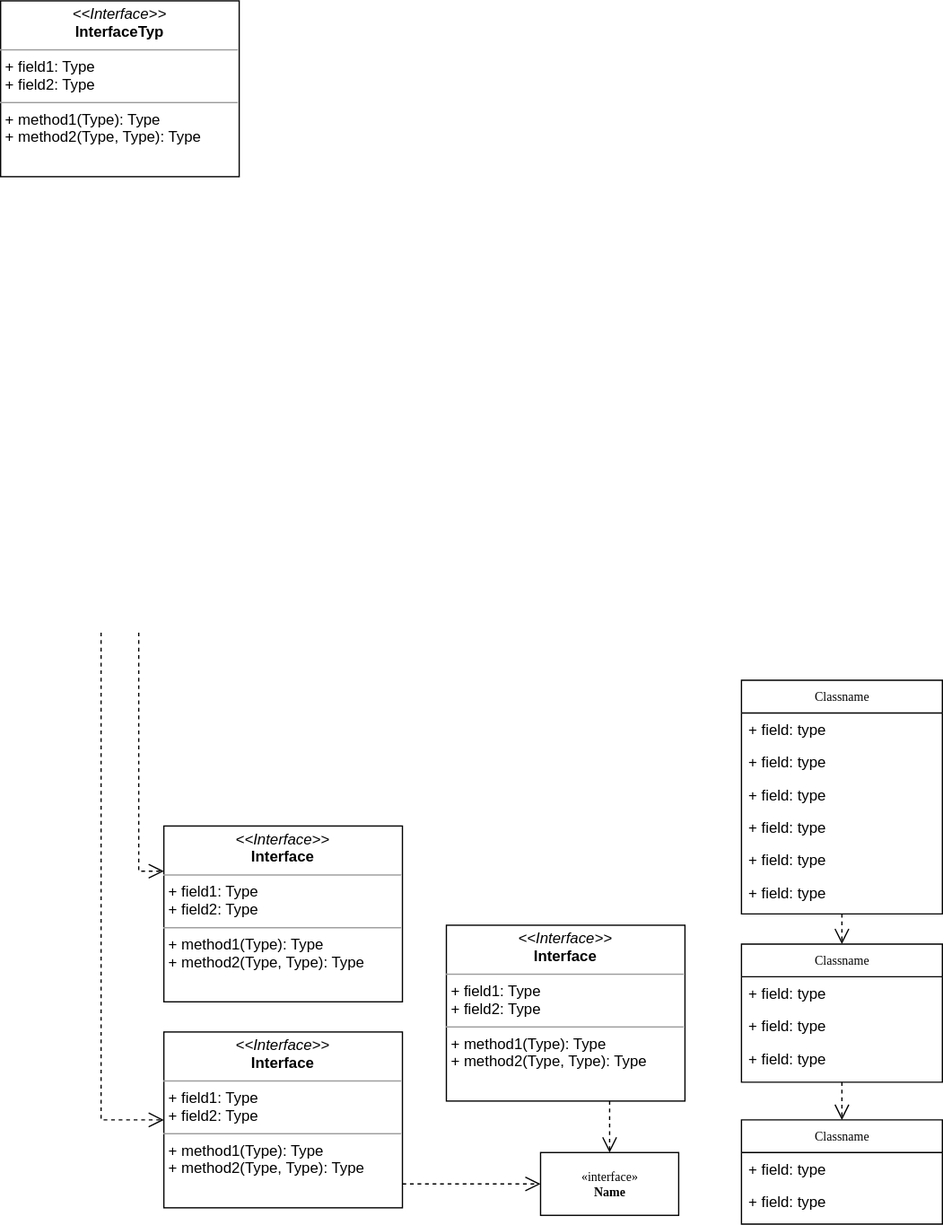
Above: Signalkarte.drawio.svg in kk-ari/drawio (draw.io), before the change. Source tidied: cells renumbered, new cells last; positions are measured from the earlier drawing's top-left corner, leaving out a move shared by most shapes.
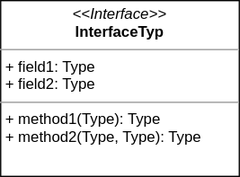
After the change.

The edit, as a diff of the source:
```diff
@@ -2,100 +2,8 @@
   <root>
     <mxCell id="0" />
     <mxCell id="1" parent="0" />
-    <mxCell id="2" style="edgeStyle=orthogonalEdgeStyle;rounded=0;html=1;dashed=1;labelBackgroundColor=none;startFill=0;endArrow=open;endFill=0;endSize=10;fontFamily=Verdana;fontSize=10;" parent="1" edge="1" source="3" target="14">
-      <mxGeometry relative="1" as="geometry" />
-    </mxCell>
-    <mxCell id="3" value="Classname" style="swimlane;html=1;fontStyle=0;horizontal=1;startSize=26;fillColor=none;swimlaneFillColor=#ffffff;rounded=0;shadow=0;comic=0;labelBackgroundColor=none;strokeWidth=1;fontFamily=Verdana;fontSize=10;align=center;" parent="1" vertex="1">
-      <mxGeometry x="590" y="541" width="160" height="186" as="geometry" />
-    </mxCell>
-    <mxCell id="4" value="+ field: type" style="text;html=1;strokeColor=none;fillColor=none;align=left;verticalAlign=top;spacingLeft=4;spacingRight=4;whiteSpace=wrap;overflow=hidden;" parent="3" vertex="1">
-      <mxGeometry y="26" width="160" height="26" as="geometry" />
-    </mxCell>
-    <mxCell id="5" value="+ field: type" style="text;html=1;strokeColor=none;fillColor=none;align=left;verticalAlign=top;spacingLeft=4;spacingRight=4;whiteSpace=wrap;overflow=hidden;" parent="3" vertex="1">
-      <mxGeometry y="52" width="160" height="26" as="geometry" />
-    </mxCell>
-    <mxCell id="6" value="+ field: type" style="text;html=1;strokeColor=none;fillColor=none;align=left;verticalAlign=top;spacingLeft=4;spacingRight=4;whiteSpace=wrap;overflow=hidden;" parent="3" vertex="1">
-      <mxGeometry y="78" width="160" height="26" as="geometry" />
-    </mxCell>
-    <mxCell id="7" value="+ field: type" style="text;html=1;strokeColor=none;fillColor=none;align=left;verticalAlign=top;spacingLeft=4;spacingRight=4;whiteSpace=wrap;overflow=hidden;" parent="3" vertex="1">
-      <mxGeometry y="104" width="160" height="26" as="geometry" />
-    </mxCell>
-    <mxCell id="8" value="+ field: type" style="text;html=1;strokeColor=none;fillColor=none;align=left;verticalAlign=top;spacingLeft=4;spacingRight=4;whiteSpace=wrap;overflow=hidden;" parent="3" vertex="1">
-      <mxGeometry y="130" width="160" height="26" as="geometry" />
-    </mxCell>
-    <mxCell id="9" value="+ field: type" style="text;html=1;strokeColor=none;fillColor=none;align=left;verticalAlign=top;spacingLeft=4;spacingRight=4;whiteSpace=wrap;overflow=hidden;" parent="3" vertex="1">
-      <mxGeometry y="156" width="160" height="26" as="geometry" />
-    </mxCell>
-    <mxCell id="10" value="Classname" style="swimlane;html=1;fontStyle=0;horizontal=1;startSize=26;fillColor=none;swimlaneFillColor=#ffffff;rounded=0;shadow=0;comic=0;labelBackgroundColor=none;strokeWidth=1;fontFamily=Verdana;fontSize=10;align=center;" parent="1" vertex="1">
-      <mxGeometry x="590" y="891" width="160" height="83" as="geometry" />
-    </mxCell>
-    <mxCell id="11" value="+ field: type" style="text;html=1;strokeColor=none;fillColor=none;align=left;verticalAlign=top;spacingLeft=4;spacingRight=4;whiteSpace=wrap;overflow=hidden;" parent="10" vertex="1">
-      <mxGeometry y="26" width="160" height="26" as="geometry" />
-    </mxCell>
-    <mxCell id="12" value="+ field: type" style="text;html=1;strokeColor=none;fillColor=none;align=left;verticalAlign=top;spacingLeft=4;spacingRight=4;whiteSpace=wrap;overflow=hidden;" parent="10" vertex="1">
-      <mxGeometry y="52" width="160" height="26" as="geometry" />
-    </mxCell>
-    <mxCell id="13" style="edgeStyle=orthogonalEdgeStyle;rounded=0;html=1;dashed=1;labelBackgroundColor=none;startFill=0;endArrow=open;endFill=0;endSize=10;fontFamily=Verdana;fontSize=10;" parent="1" edge="1" source="14" target="10">
-      <mxGeometry relative="1" as="geometry" />
-    </mxCell>
-    <mxCell id="14" value="Classname" style="swimlane;html=1;fontStyle=0;horizontal=1;startSize=26;fillColor=none;swimlaneFillColor=#ffffff;rounded=0;shadow=0;comic=0;labelBackgroundColor=none;strokeWidth=1;fontFamily=Verdana;fontSize=10;align=center;" parent="1" vertex="1">
-      <mxGeometry x="590" y="751" width="160" height="110" as="geometry" />
-    </mxCell>
-    <mxCell id="15" value="+ field: type" style="text;html=1;strokeColor=none;fillColor=none;align=left;verticalAlign=top;spacingLeft=4;spacingRight=4;whiteSpace=wrap;overflow=hidden;" parent="14" vertex="1">
-      <mxGeometry y="26" width="160" height="26" as="geometry" />
-    </mxCell>
-    <mxCell id="16" value="+ field: type" style="text;html=1;strokeColor=none;fillColor=none;align=left;verticalAlign=top;spacingLeft=4;spacingRight=4;whiteSpace=wrap;overflow=hidden;" parent="14" vertex="1">
-      <mxGeometry y="52" width="160" height="26" as="geometry" />
-    </mxCell>
-    <mxCell id="17" value="+ field: type" style="text;html=1;strokeColor=none;fillColor=none;align=left;verticalAlign=top;spacingLeft=4;spacingRight=4;whiteSpace=wrap;overflow=hidden;" parent="14" vertex="1">
-      <mxGeometry y="78" width="160" height="26" as="geometry" />
-    </mxCell>
-    <mxCell id="18" value="&amp;laquo;interface&amp;raquo;&lt;br&gt;&lt;b&gt;Name&lt;/b&gt;" style="html=1;rounded=0;shadow=0;comic=0;labelBackgroundColor=none;strokeWidth=1;fontFamily=Verdana;fontSize=10;align=center;" parent="1" vertex="1">
-      <mxGeometry x="430" y="917" width="110" height="50" as="geometry" />
-    </mxCell>
-    <mxCell id="19" style="edgeStyle=orthogonalEdgeStyle;rounded=0;html=1;dashed=1;labelBackgroundColor=none;startFill=0;endArrow=open;endFill=0;endSize=10;fontFamily=Verdana;fontSize=10;" parent="1" edge="1" source="20" target="18">
-      <mxGeometry relative="1" as="geometry">
-        <Array as="points">
-          <mxPoint x="485" y="883" />
-          <mxPoint x="485" y="883" />
-        </Array>
-      </mxGeometry>
-    </mxCell>
-    <mxCell id="20" value="&lt;p style=&quot;margin:0px;margin-top:4px;text-align:center;&quot;&gt;&lt;i&gt;&amp;lt;&amp;lt;Interface&amp;gt;&amp;gt;&lt;/i&gt;&lt;br/&gt;&lt;b&gt;Interface&lt;/b&gt;&lt;/p&gt;&lt;hr size=&quot;1&quot;/&gt;&lt;p style=&quot;margin:0px;margin-left:4px;&quot;&gt;+ field1: Type&lt;br/&gt;+ field2: Type&lt;/p&gt;&lt;hr size=&quot;1&quot;/&gt;&lt;p style=&quot;margin:0px;margin-left:4px;&quot;&gt;+ method1(Type): Type&lt;br/&gt;+ method2(Type, Type): Type&lt;/p&gt;" style="verticalAlign=top;align=left;overflow=fill;fontSize=12;fontFamily=Helvetica;html=1;rounded=0;shadow=0;comic=0;labelBackgroundColor=none;strokeWidth=1;" parent="1" vertex="1">
-      <mxGeometry x="355" y="736" width="190" height="140" as="geometry" />
-    </mxCell>
-    <mxCell id="21" style="edgeStyle=orthogonalEdgeStyle;rounded=0;html=1;dashed=1;labelBackgroundColor=none;startFill=0;endArrow=open;endFill=0;endSize=10;fontFamily=Verdana;fontSize=10;" parent="1" edge="1" source="22" target="18">
-      <mxGeometry relative="1" as="geometry">
-        <Array as="points">
-          <mxPoint x="350" y="942" />
-          <mxPoint x="350" y="942" />
-        </Array>
-      </mxGeometry>
-    </mxCell>
-    <mxCell id="22" value="&lt;p style=&quot;margin:0px;margin-top:4px;text-align:center;&quot;&gt;&lt;i&gt;&amp;lt;&amp;lt;Interface&amp;gt;&amp;gt;&lt;/i&gt;&lt;br/&gt;&lt;b&gt;Interface&lt;/b&gt;&lt;/p&gt;&lt;hr size=&quot;1&quot;/&gt;&lt;p style=&quot;margin:0px;margin-left:4px;&quot;&gt;+ field1: Type&lt;br/&gt;+ field2: Type&lt;/p&gt;&lt;hr size=&quot;1&quot;/&gt;&lt;p style=&quot;margin:0px;margin-left:4px;&quot;&gt;+ method1(Type): Type&lt;br/&gt;+ method2(Type, Type): Type&lt;/p&gt;" style="verticalAlign=top;align=left;overflow=fill;fontSize=12;fontFamily=Helvetica;html=1;rounded=0;shadow=0;comic=0;labelBackgroundColor=none;strokeWidth=1;" parent="1" vertex="1">
-      <mxGeometry x="130" y="821" width="190" height="140" as="geometry" />
-    </mxCell>
-    <mxCell id="23" value="&lt;p style=&quot;margin:0px;margin-top:4px;text-align:center;&quot;&gt;&lt;i&gt;&amp;lt;&amp;lt;Interface&amp;gt;&amp;gt;&lt;/i&gt;&lt;br/&gt;&lt;b&gt;Interface&lt;/b&gt;&lt;/p&gt;&lt;hr size=&quot;1&quot;/&gt;&lt;p style=&quot;margin:0px;margin-left:4px;&quot;&gt;+ field1: Type&lt;br/&gt;+ field2: Type&lt;/p&gt;&lt;hr size=&quot;1&quot;/&gt;&lt;p style=&quot;margin:0px;margin-left:4px;&quot;&gt;+ method1(Type): Type&lt;br/&gt;+ method2(Type, Type): Type&lt;/p&gt;" style="verticalAlign=top;align=left;overflow=fill;fontSize=12;fontFamily=Helvetica;html=1;rounded=0;shadow=0;comic=0;labelBackgroundColor=none;strokeWidth=1;" parent="1" vertex="1">
-      <mxGeometry x="130" y="657" width="190" height="140" as="geometry" />
-    </mxCell>
     <mxCell id="24" value="&lt;p style=&quot;margin:0px;margin-top:4px;text-align:center;&quot;&gt;&lt;i&gt;&amp;lt;&amp;lt;Interface&amp;gt;&amp;gt;&lt;/i&gt;&lt;br&gt;&lt;b&gt;InterfaceTyp&lt;/b&gt;&lt;/p&gt;&lt;hr size=&quot;1&quot;&gt;&lt;p style=&quot;margin:0px;margin-left:4px;&quot;&gt;+ field1: Type&lt;br&gt;+ field2: Type&lt;/p&gt;&lt;hr size=&quot;1&quot;&gt;&lt;p style=&quot;margin:0px;margin-left:4px;&quot;&gt;+ method1(Type): Type&lt;br&gt;+ method2(Type, Type): Type&lt;/p&gt;" style="verticalAlign=top;align=left;overflow=fill;fontSize=12;fontFamily=Helvetica;html=1;rounded=0;shadow=0;comic=0;labelBackgroundColor=none;strokeWidth=1;" parent="1" vertex="1">
       <mxGeometry width="190" height="140" as="geometry" />
     </mxCell>
-    <mxCell id="25" style="edgeStyle=orthogonalEdgeStyle;rounded=0;html=1;dashed=1;labelBackgroundColor=none;startFill=0;endArrow=open;endFill=0;endSize=10;fontFamily=Verdana;fontSize=10;" parent="1" edge="1" target="23">
-      <mxGeometry relative="1" as="geometry">
-        <mxPoint x="110" y="503" as="sourcePoint" />
-        <Array as="points">
-          <mxPoint x="110" y="693" />
-        </Array>
-      </mxGeometry>
-    </mxCell>
-    <mxCell id="26" style="edgeStyle=orthogonalEdgeStyle;rounded=0;html=1;dashed=1;labelBackgroundColor=none;startFill=0;endArrow=open;endFill=0;endSize=10;fontFamily=Verdana;fontSize=10;" parent="1" edge="1" target="22">
-      <mxGeometry relative="1" as="geometry">
-        <mxPoint x="80" y="503" as="sourcePoint" />
-        <Array as="points">
-          <mxPoint x="80" y="891" />
-        </Array>
-      </mxGeometry>
-    </mxCell>
   </root>
 </mxGraphModel>
```
